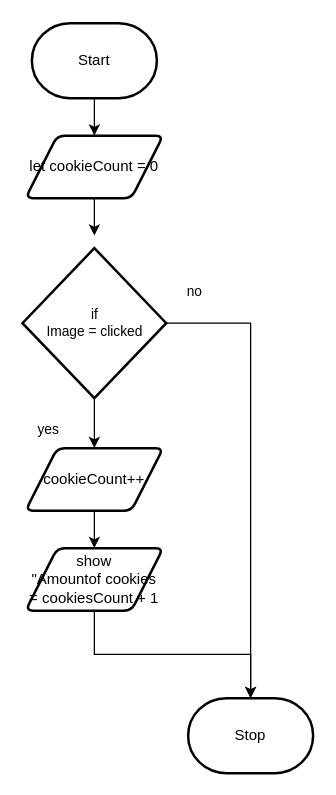
MTHS-ICD2O-1-2024/ICD2O-Unit-6-02-Domenic-dangelo keeps this draw.io diagram as design/flowchart.drawio. Above is the earlier version. Source tidied: cells renumbered, new cells numbered last; positions are measured from the earlier drawing's top-left corner, leaving out a move shared by most shapes. Both pictures are drawn from the tidied source at 125%, with x=0, y=0 at pixel (21, 22).
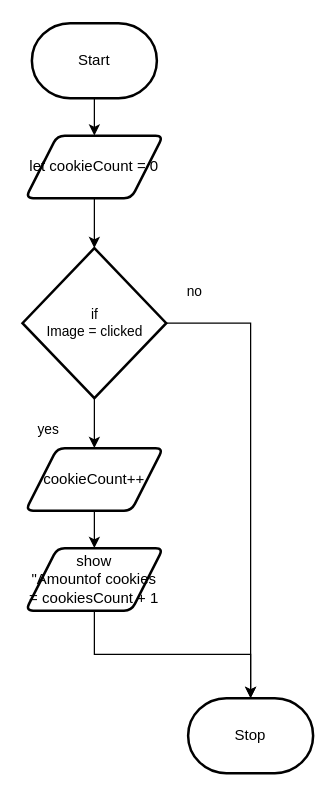
The same diagram, later.

The edit, as a diff of the source:
```diff
@@
 <mxGraphModel>
   <root>
     <mxCell id="0" />
     <mxCell id="1" parent="0" />
     <mxCell id="2" style="edgeStyle=orthogonalEdgeStyle;shape=connector;curved=0;rounded=0;html=1;exitX=0.5;exitY=1;exitDx=0;exitDy=0;exitPerimeter=0;entryX=0.5;entryY=0;entryDx=0;entryDy=0;strokeColor=default;align=center;verticalAlign=middle;fontFamily=Helvetica;fontSize=11;fontColor=default;labelBackgroundColor=default;endArrow=classic;" parent="1" edge="1" source="3" target="8">
       <mxGeometry relative="1" as="geometry" />
     </mxCell>
     <mxCell id="3" value="Start" style="strokeWidth=2;html=1;shape=mxgraph.flowchart.terminator;whiteSpace=wrap;" parent="1" vertex="1">
       <mxGeometry x="8" width="100" height="60" as="geometry" />
     </mxCell>
     <mxCell id="4" value="Stop" style="strokeWidth=2;html=1;shape=mxgraph.flowchart.terminator;whiteSpace=wrap;" parent="1" vertex="1">
       <mxGeometry x="133" y="540" width="100" height="60" as="geometry" />
     </mxCell>
     <mxCell id="5" style="edgeStyle=orthogonalEdgeStyle;shape=connector;curved=0;rounded=0;html=1;exitX=0.5;exitY=1;exitDx=0;exitDy=0;exitPerimeter=0;strokeColor=default;align=center;verticalAlign=middle;fontFamily=Helvetica;fontSize=11;fontColor=default;labelBackgroundColor=default;endArrow=classic;entryX=0.5;entryY=0;entryDx=0;entryDy=0;" parent="1" edge="1" source="6" target="10">
       <mxGeometry relative="1" as="geometry" />
     </mxCell>
     <mxCell id="6" value="if&lt;div&gt;Image = clicked&lt;/div&gt;" style="strokeWidth=2;html=1;shape=mxgraph.flowchart.decision;whiteSpace=wrap;fontFamily=Helvetica;fontSize=11;fontColor=default;labelBackgroundColor=default;" parent="1" vertex="1">
       <mxGeometry x="0.5" y="180" width="115" height="120" as="geometry" />
     </mxCell>
-    <mxCell id="7" style="edgeStyle=none;html=1;exitX=0.5;exitY=1;exitDx=0;exitDy=0;entryX=0.5;entryY=0;entryDx=0;entryDy=0;" parent="1" edge="1" source="8">
-      <mxGeometry relative="1" as="geometry">
-        <mxPoint x="58" y="170" as="targetPoint" />
-      </mxGeometry>
+    <mxCell id="7" style="edgeStyle=none;html=1;exitX=0.5;exitY=1;exitDx=0;exitDy=0;entryX=0.5;entryY=0;entryDx=0;entryDy=0;entryPerimeter=0;" parent="1" edge="1" source="8" target="6">
+      <mxGeometry relative="1" as="geometry" />
     </mxCell>
     <mxCell id="8" value="let cookieCount = 0" style="shape=parallelogram;html=1;strokeWidth=2;perimeter=parallelogramPerimeter;whiteSpace=wrap;rounded=1;arcSize=12;size=0.23;" parent="1" vertex="1">
       <mxGeometry x="3" y="90" width="110" height="50" as="geometry" />
     </mxCell>
     <mxCell id="9" style="edgeStyle=none;html=1;exitX=0.5;exitY=1;exitDx=0;exitDy=0;entryX=0.5;entryY=0;entryDx=0;entryDy=0;" parent="1" edge="1" source="10" target="14">
       <mxGeometry relative="1" as="geometry" />
     </mxCell>
     <mxCell id="10" value="cookieCount++" style="shape=parallelogram;html=1;strokeWidth=2;perimeter=parallelogramPerimeter;whiteSpace=wrap;rounded=1;arcSize=12;size=0.23;" parent="1" vertex="1">
       <mxGeometry x="3" y="340" width="110" height="50" as="geometry" />
     </mxCell>
     <mxCell id="11" style="edgeStyle=orthogonalEdgeStyle;shape=connector;curved=0;rounded=0;html=1;exitX=1;exitY=0.5;exitDx=0;exitDy=0;exitPerimeter=0;entryX=0.5;entryY=0;entryDx=0;entryDy=0;entryPerimeter=0;strokeColor=default;align=center;verticalAlign=middle;fontFamily=Helvetica;fontSize=11;fontColor=default;labelBackgroundColor=default;endArrow=classic;" parent="1" edge="1" source="6" target="4">
       <mxGeometry relative="1" as="geometry" />
     </mxCell>
     <mxCell id="12" value="no" style="text;html=1;align=center;verticalAlign=middle;strokeColor=none;fillColor=none;fontFamily=Helvetica;fontSize=11;fontColor=default;labelBackgroundColor=default;" parent="1" vertex="1">
       <mxGeometry x="118" y="200" width="40" height="30" as="geometry" />
     </mxCell>
     <mxCell id="13" value="yes" style="text;html=1;align=center;verticalAlign=middle;strokeColor=none;fillColor=none;fontFamily=Helvetica;fontSize=11;fontColor=default;labelBackgroundColor=default;" parent="1" vertex="1">
       <mxGeometry x="0.5" y="310" width="40" height="30" as="geometry" />
     </mxCell>
     <mxCell id="14" value="show&lt;div&gt;&quot;Amountof cookies = cookiesCount + 1&lt;/div&gt;" style="shape=parallelogram;html=1;strokeWidth=2;perimeter=parallelogramPerimeter;whiteSpace=wrap;rounded=1;arcSize=12;size=0.23;" parent="1" vertex="1">
       <mxGeometry x="3" y="420" width="110" height="50" as="geometry" />
     </mxCell>
     <mxCell id="15" style="edgeStyle=orthogonalEdgeStyle;html=1;exitX=0.5;exitY=1;exitDx=0;exitDy=0;entryX=0.5;entryY=0;entryDx=0;entryDy=0;entryPerimeter=0;rounded=0;" parent="1" edge="1" source="14" target="4">
       <mxGeometry relative="1" as="geometry" />
     </mxCell>
   </root>
 </mxGraphModel>
```
